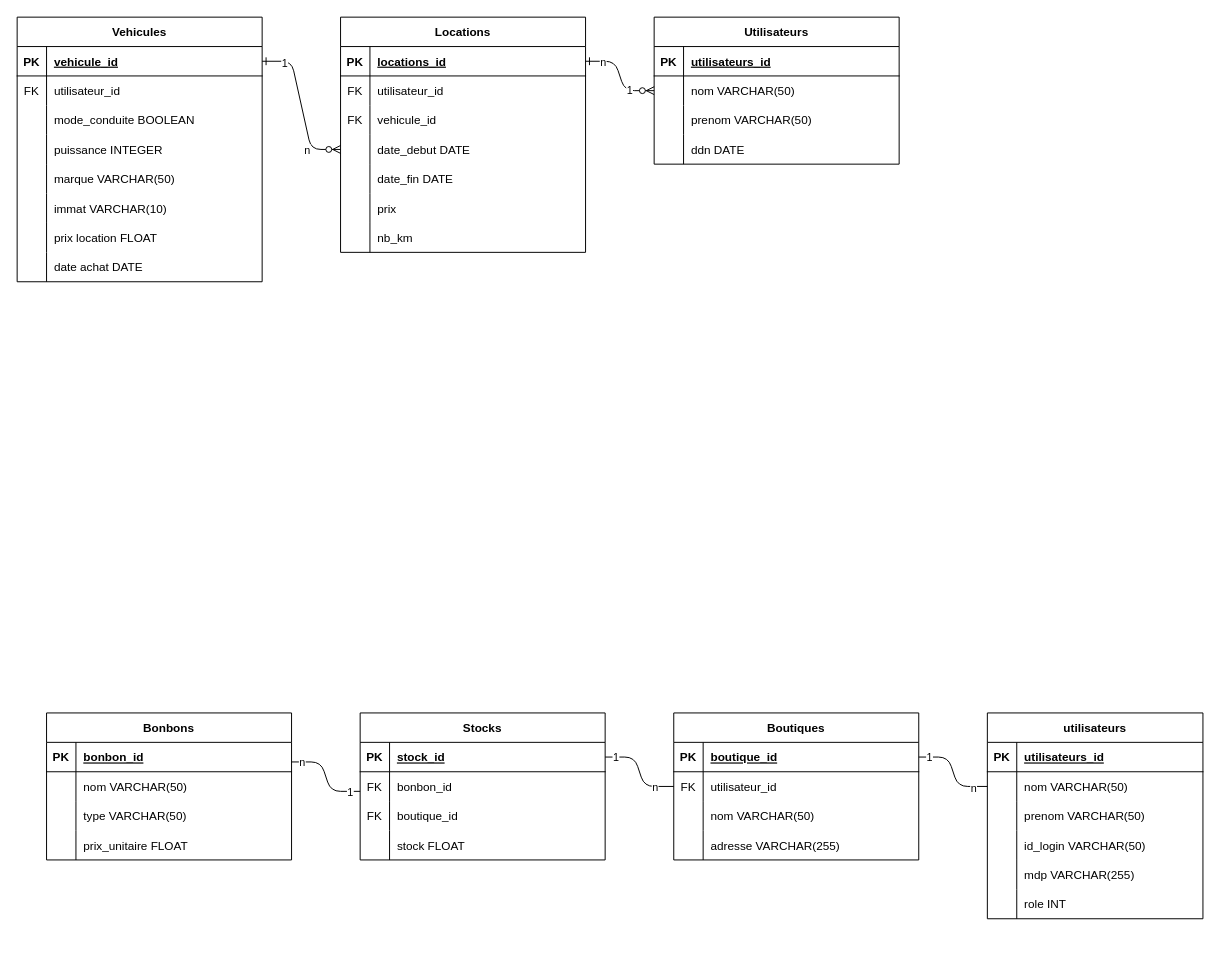
PingouinTrash/SAE-203-GitHub keeps this draw.io diagram as Diagramme sans nom.drawio. Above is the earlier version. Source tidied: cells renumbered, new cells numbered last; positions are measured from the earlier drawing's top-left corner, leaving out a move shared by most shapes. Both pictures are drawn from the tidied source at 98%, with x=0, y=0 at pixel (17, 17).
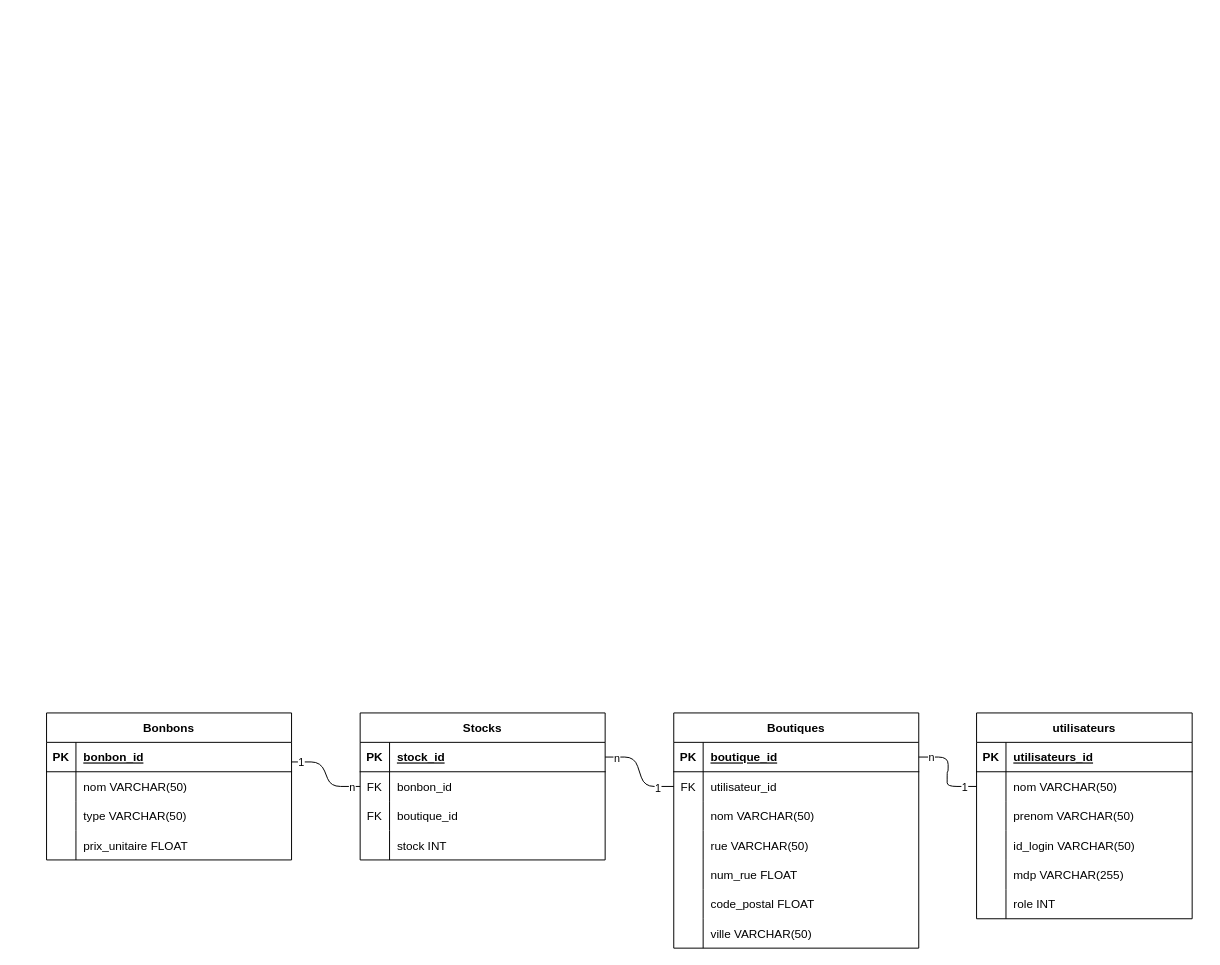
Above is the later version.

Commit message:
Mettre à jour Diagramme sans nom.drawio

Unchanged cells that the change refers to:
```xml
<mxCell id="68" style="edgeStyle=entityRelationEdgeStyle;endArrow=none;startArrow=none;endFill=0;startFill=0;entryX=0;entryY=0.5;entryDx=0;entryDy=0;exitX=1;exitY=0.5;exitDx=0;exitDy=0;" parent="1" edge="1" source="94" target="78">
  <mxGeometry relative="1" as="geometry" />
</mxCell>
<mxCell id="103" style="shape=partialRectangle;fillColor=none;top=0;left=0;right=0;bottom=0;" parent="93" vertex="1">
  <mxGeometry y="120" width="250" height="30" as="geometry" />
</mxCell>
<mxCell id="123" style="shape=partialRectangle;fillColor=none;points=[[0,0.5],[1,0.5]];portConstraint=eastwest;top=0;left=0;right=0;bottom=0;" parent="119" vertex="1">
  <mxGeometry y="60" width="250" height="30" as="geometry" />
</mxCell>
<mxCell id="129" style="shape=partialRectangle;fillColor=none;top=0;left=0;right=0;bottom=0;" parent="119" vertex="1">
  <mxGeometry y="120" width="250" height="30" as="geometry" />
</mxCell>
<mxCell id="132" style="edgeStyle=entityRelationEdgeStyle;endArrow=none;startArrow=none;endFill=0;startFill=0;entryX=0;entryY=0.5;entryDx=0;entryDy=0;exitX=1;exitY=0.5;exitDx=0;exitDy=0;" parent="1" edge="1" source="120" target="97">
  <mxGeometry relative="1" as="geometry">
    <Array as="points">
      <mxPoint x="330" y="980" />
      <mxPoint x="360" y="850" />
    </Array>
  </mxGeometry>
</mxCell>
```

What changed in the source:
```diff
@@
-    <mxCell id="2" style="edgeStyle=entityRelationEdgeStyle;endArrow=ERzeroToMany;startArrow=ERone;endFill=1;startFill=0;exitX=1;exitY=0.5;exitDx=0;exitDy=0;entryX=0;entryY=0.5;entryDx=0;entryDy=0;" parent="1" edge="1" source="22" target="12">
-      <mxGeometry relative="1" as="geometry" />
-    </mxCell>
-    <mxCell id="3" value="n" style="edgeLabel;html=1;align=center;verticalAlign=middle;" parent="2" vertex="1">
-      <mxGeometry x="-0.82" relative="1" as="geometry">
-        <mxPoint x="9" as="offset" />
-      </mxGeometry>
-    </mxCell>
-    <mxCell id="4" value="1" style="edgeLabel;html=1;align=center;verticalAlign=middle;" parent="2" vertex="1">
-      <mxGeometry x="0.69" y="1" relative="1" as="geometry">
-        <mxPoint x="-11" as="offset" />
-      </mxGeometry>
-    </mxCell>
-    <mxCell id="5" style="edgeStyle=entityRelationEdgeStyle;endArrow=ERzeroToMany;startArrow=ERone;endFill=1;startFill=0;exitX=1;exitY=0.5;exitDx=0;exitDy=0;" parent="1" edge="1" source="44" target="31">
-      <mxGeometry relative="1" as="geometry" />
-    </mxCell>
-    <mxCell id="6" value="n" style="edgeLabel;html=1;align=center;verticalAlign=middle;" parent="5" vertex="1">
-      <mxGeometry x="0.65" relative="1" as="geometry">
-        <mxPoint x="-8" as="offset" />
-      </mxGeometry>
-    </mxCell>
-    <mxCell id="7" value="1" style="edgeLabel;html=1;align=center;verticalAlign=middle;" parent="5" vertex="1">
-      <mxGeometry x="-0.84" y="-1" relative="1" as="geometry">
-        <mxPoint x="10" as="offset" />
-      </mxGeometry>
-    </mxCell>
-    <mxCell id="8" value="Utilisateurs" style="shape=table;startSize=30;childLayout=tableLayout;rowLines=0;fontStyle=1;align=center;" parent="1" vertex="1">
-      <mxGeometry x="650" width="250" height="150" as="geometry" />
-    </mxCell>
-    <mxCell id="9" style="shape=partialRectangle;fillColor=none;top=0;left=0;right=0;bottom=1;" parent="8" vertex="1">
-      <mxGeometry y="30" width="250" height="30" as="geometry" />
-    </mxCell>
-    <mxCell id="10" value="PK" style="shape=partialRectangle;overflow=hidden;fillColor=none;top=0;left=0;bottom=0;right=0;fontStyle=1;" parent="9" vertex="1">
-      <mxGeometry width="30" height="30" as="geometry" />
-    </mxCell>
-    <mxCell id="11" value="utilisateurs_id" style="shape=partialRectangle;overflow=hidden;fillColor=none;top=0;left=0;bottom=0;right=0;align=left;spacingLeft=6;fontStyle=5;" parent="9" vertex="1">
-      <mxGeometry x="30" width="220" height="30" as="geometry" />
-    </mxCell>
-    <mxCell id="12" style="shape=partialRectangle;fillColor=none;points=[[0,0.5],[1,0.5]];portConstraint=eastwest;top=0;left=0;right=0;bottom=0;" parent="8" vertex="1">
-      <mxGeometry y="60" width="250" height="30" as="geometry" />
-    </mxCell>
-    <mxCell id="13" style="shape=partialRectangle;overflow=hidden;fillColor=none;top=0;left=0;bottom=0;right=0;" parent="12" vertex="1">
-      <mxGeometry width="30" height="30" as="geometry" />
-    </mxCell>
-    <mxCell id="14" value="nom VARCHAR(50)" style="shape=partialRectangle;overflow=hidden;fillColor=none;top=0;left=0;bottom=0;right=0;align=left;spacingLeft=6;" parent="12" vertex="1">
-      <mxGeometry x="30" width="220" height="30" as="geometry" />
-    </mxCell>
-    <mxCell id="15" style="shape=partialRectangle;fillColor=none;top=0;left=0;right=0;bottom=0;" parent="8" vertex="1">
-      <mxGeometry y="90" width="250" height="30" as="geometry" />
-    </mxCell>
-    <mxCell id="16" style="shape=partialRectangle;overflow=hidden;fillColor=none;top=0;left=0;bottom=0;right=0;" parent="15" vertex="1">
-      <mxGeometry width="30" height="30" as="geometry" />
-    </mxCell>
-    <mxCell id="17" value="prenom VARCHAR(50)" style="shape=partialRectangle;overflow=hidden;fillColor=none;top=0;left=0;bottom=0;right=0;align=left;spacingLeft=6;" parent="15" vertex="1">
-      <mxGeometry x="30" width="220" height="30" as="geometry" />
-    </mxCell>
-    <mxCell id="18" style="shape=partialRectangle;fillColor=none;top=0;left=0;right=0;bottom=0;" parent="8" vertex="1">
-      <mxGeometry y="120" width="250" height="30" as="geometry" />
-    </mxCell>
-    <mxCell id="19" style="shape=partialRectangle;overflow=hidden;fillColor=none;top=0;left=0;bottom=0;right=0;" parent="18" vertex="1">
-      <mxGeometry width="30" height="30" as="geometry" />
-    </mxCell>
-    <mxCell id="20" value="ddn DATE" style="shape=partialRectangle;overflow=hidden;fillColor=none;top=0;left=0;bottom=0;right=0;align=left;spacingLeft=6;" parent="18" vertex="1">
-      <mxGeometry x="30" width="220" height="30" as="geometry" />
-    </mxCell>
-    <mxCell id="21" value="Locations" style="shape=table;startSize=30;childLayout=tableLayout;rowLines=0;fontStyle=1;align=center;" parent="1" vertex="1">
-      <mxGeometry x="330" width="250" height="240" as="geometry" />
-    </mxCell>
-    <mxCell id="22" style="shape=partialRectangle;fillColor=none;points=[[0,0.5],[1,0.5]];portConstraint=eastwest;top=0;left=0;right=0;bottom=1;" parent="21" vertex="1">
-      <mxGeometry y="30" width="250" height="30" as="geometry" />
-    </mxCell>
-    <mxCell id="23" value="PK" style="shape=partialRectangle;overflow=hidden;fillColor=none;top=0;left=0;bottom=0;right=0;fontStyle=1;" parent="22" vertex="1">
-      <mxGeometry width="30" height="30" as="geometry" />
-    </mxCell>
-    <mxCell id="24" value="locations_id" style="shape=partialRectangle;overflow=hidden;fillColor=none;top=0;left=0;bottom=0;right=0;align=left;spacingLeft=6;fontStyle=5;" parent="22" vertex="1">
-      <mxGeometry x="30" width="220" height="30" as="geometry" />
-    </mxCell>
-    <mxCell id="25" style="shape=partialRectangle;fillColor=none;top=0;left=0;right=0;bottom=0;" parent="21" vertex="1">
-      <mxGeometry y="60" width="250" height="30" as="geometry" />
-    </mxCell>
-    <mxCell id="26" value="FK" style="shape=partialRectangle;overflow=hidden;fillColor=none;top=0;left=0;bottom=0;right=0;" parent="25" vertex="1">
-      <mxGeometry width="30" height="30" as="geometry" />
-    </mxCell>
-    <mxCell id="27" value="utilisateur_id" style="shape=partialRectangle;overflow=hidden;fillColor=none;top=0;left=0;bottom=0;right=0;align=left;spacingLeft=6;" parent="25" vertex="1">
-      <mxGeometry x="30" width="220" height="30" as="geometry" />
-    </mxCell>
-    <mxCell id="28" style="shape=partialRectangle;fillColor=none;top=0;left=0;right=0;bottom=0;" parent="21" vertex="1">
-      <mxGeometry y="90" width="250" height="30" as="geometry" />
-    </mxCell>
-    <mxCell id="29" value="FK" style="shape=partialRectangle;overflow=hidden;fillColor=none;top=0;left=0;bottom=0;right=0;" parent="28" vertex="1">
-      <mxGeometry width="30" height="30" as="geometry" />
-    </mxCell>
-    <mxCell id="30" value="vehicule_id" style="shape=partialRectangle;overflow=hidden;fillColor=none;top=0;left=0;bottom=0;right=0;align=left;spacingLeft=6;" parent="28" vertex="1">
-      <mxGeometry x="30" width="220" height="30" as="geometry" />
-    </mxCell>
-    <mxCell id="31" style="shape=partialRectangle;fillColor=none;points=[[0,0.5],[1,0.5]];portConstraint=eastwest;top=0;left=0;right=0;bottom=0;" parent="21" vertex="1">
-      <mxGeometry y="120" width="250" height="30" as="geometry" />
-    </mxCell>
-    <mxCell id="32" style="shape=partialRectangle;overflow=hidden;fillColor=none;top=0;left=0;bottom=0;right=0;" parent="31" vertex="1">
-      <mxGeometry width="30" height="30" as="geometry" />
-    </mxCell>
-    <mxCell id="33" value="date_debut DATE" style="shape=partialRectangle;overflow=hidden;fillColor=none;top=0;left=0;bottom=0;right=0;align=left;spacingLeft=6;" parent="31" vertex="1">
-      <mxGeometry x="30" width="220" height="30" as="geometry" />
-    </mxCell>
-    <mxCell id="34" style="shape=partialRectangle;fillColor=none;top=0;left=0;right=0;bottom=0;" parent="21" vertex="1">
-      <mxGeometry y="150" width="250" height="30" as="geometry" />
-    </mxCell>
-    <mxCell id="35" style="shape=partialRectangle;overflow=hidden;fillColor=none;top=0;left=0;bottom=0;right=0;" parent="34" vertex="1">
-      <mxGeometry width="30" height="30" as="geometry" />
-    </mxCell>
-    <mxCell id="36" value="date_fin DATE" style="shape=partialRectangle;overflow=hidden;fillColor=none;top=0;left=0;bottom=0;right=0;align=left;spacingLeft=6;" parent="34" vertex="1">
-      <mxGeometry x="30" width="220" height="30" as="geometry" />
-    </mxCell>
-    <mxCell id="37" style="shape=partialRectangle;fillColor=none;top=0;left=0;right=0;bottom=0;" parent="21" vertex="1">
-      <mxGeometry y="180" width="250" height="30" as="geometry" />
-    </mxCell>
-    <mxCell id="38" style="shape=partialRectangle;overflow=hidden;fillColor=none;top=0;left=0;bottom=0;right=0;" parent="37" vertex="1">
-      <mxGeometry width="30" height="30" as="geometry" />
-    </mxCell>
-    <mxCell id="39" value="prix" style="shape=partialRectangle;overflow=hidden;fillColor=none;top=0;left=0;bottom=0;right=0;align=left;spacingLeft=6;" parent="37" vertex="1">
-      <mxGeometry x="30" width="220" height="30" as="geometry" />
-    </mxCell>
-    <mxCell id="40" style="shape=partialRectangle;fillColor=none;top=0;left=0;right=0;bottom=0;" parent="21" vertex="1">
-      <mxGeometry y="210" width="250" height="30" as="geometry" />
-    </mxCell>
-    <mxCell id="41" style="shape=partialRectangle;overflow=hidden;fillColor=none;top=0;left=0;bottom=0;right=0;" parent="40" vertex="1">
-      <mxGeometry width="30" height="30" as="geometry" />
-    </mxCell>
-    <mxCell id="42" value="nb_km" style="shape=partialRectangle;overflow=hidden;fillColor=none;top=0;left=0;bottom=0;right=0;align=left;spacingLeft=6;" parent="40" vertex="1">
-      <mxGeometry x="30" width="220" height="30" as="geometry" />
-    </mxCell>
-    <mxCell id="43" value="Vehicules" style="shape=table;startSize=30;childLayout=tableLayout;rowLines=0;fontStyle=1;align=center;" parent="1" vertex="1">
-      <mxGeometry width="250" height="270" as="geometry" />
-    </mxCell>
-    <mxCell id="44" style="shape=partialRectangle;fillColor=none;points=[[0,0.5],[1,0.5]];portConstraint=eastwest;top=0;left=0;right=0;bottom=1;" parent="43" vertex="1">
-      <mxGeometry y="30" width="250" height="30" as="geometry" />
-    </mxCell>
-    <mxCell id="45" value="PK" style="shape=partialRectangle;overflow=hidden;fillColor=none;top=0;left=0;bottom=0;right=0;fontStyle=1;" parent="44" vertex="1">
-      <mxGeometry width="30" height="30" as="geometry" />
-    </mxCell>
-    <mxCell id="46" value="vehicule_id" style="shape=partialRectangle;overflow=hidden;fillColor=none;top=0;left=0;bottom=0;right=0;align=left;spacingLeft=6;fontStyle=5;" parent="44" vertex="1">
-      <mxGeometry x="30" width="220" height="30" as="geometry" />
-    </mxCell>
-    <mxCell id="47" style="shape=partialRectangle;fillColor=none;top=0;left=0;right=0;bottom=0;" parent="43" vertex="1">
-      <mxGeometry y="60" width="250" height="30" as="geometry" />
-    </mxCell>
-    <mxCell id="48" value="FK" style="shape=partialRectangle;overflow=hidden;fillColor=none;top=0;left=0;bottom=0;right=0;" parent="47" vertex="1">
-      <mxGeometry width="30" height="30" as="geometry" />
-    </mxCell>
-    <mxCell id="49" value="utilisateur_id" style="shape=partialRectangle;overflow=hidden;fillColor=none;top=0;left=0;bottom=0;right=0;align=left;spacingLeft=6;" parent="47" vertex="1">
-      <mxGeometry x="30" width="220" height="30" as="geometry" />
-    </mxCell>
-    <mxCell id="50" style="shape=partialRectangle;fillColor=none;top=0;left=0;right=0;bottom=0;" parent="43" vertex="1">
-      <mxGeometry y="90" width="250" height="30" as="geometry" />
-    </mxCell>
-    <mxCell id="51" style="shape=partialRectangle;overflow=hidden;fillColor=none;top=0;left=0;bottom=0;right=0;" parent="50" vertex="1">
-      <mxGeometry width="30" height="30" as="geometry" />
-    </mxCell>
-    <mxCell id="52" value="mode_conduite BOOLEAN" style="shape=partialRectangle;overflow=hidden;fillColor=none;top=0;left=0;bottom=0;right=0;align=left;spacingLeft=6;" parent="50" vertex="1">
-      <mxGeometry x="30" width="220" height="30" as="geometry" />
-    </mxCell>
-    <mxCell id="53" style="shape=partialRectangle;fillColor=none;top=0;left=0;right=0;bottom=0;" parent="43" vertex="1">
-      <mxGeometry y="120" width="250" height="30" as="geometry" />
-    </mxCell>
-    <mxCell id="54" style="shape=partialRectangle;overflow=hidden;fillColor=none;top=0;left=0;bottom=0;right=0;" parent="53" vertex="1">
-      <mxGeometry width="30" height="30" as="geometry" />
-    </mxCell>
-    <mxCell id="55" value="puissance INTEGER" style="shape=partialRectangle;overflow=hidden;fillColor=none;top=0;left=0;bottom=0;right=0;align=left;spacingLeft=6;" parent="53" vertex="1">
-      <mxGeometry x="30" width="220" height="30" as="geometry" />
-    </mxCell>
-    <mxCell id="56" style="shape=partialRectangle;fillColor=none;top=0;left=0;right=0;bottom=0;" parent="43" vertex="1">
-      <mxGeometry y="150" width="250" height="30" as="geometry" />
-    </mxCell>
-    <mxCell id="57" style="shape=partialRectangle;overflow=hidden;fillColor=none;top=0;left=0;bottom=0;right=0;" parent="56" vertex="1">
-      <mxGeometry width="30" height="30" as="geometry" />
-    </mxCell>
-    <mxCell id="58" value="marque VARCHAR(50)" style="shape=partialRectangle;overflow=hidden;fillColor=none;top=0;left=0;bottom=0;right=0;align=left;spacingLeft=6;" parent="56" vertex="1">
-      <mxGeometry x="30" width="220" height="30" as="geometry" />
-    </mxCell>
-    <mxCell id="59" style="shape=partialRectangle;fillColor=none;top=0;left=0;right=0;bottom=0;" parent="43" vertex="1">
-      <mxGeometry y="180" width="250" height="30" as="geometry" />
-    </mxCell>
-    <mxCell id="60" style="shape=partialRectangle;overflow=hidden;fillColor=none;top=0;left=0;bottom=0;right=0;" parent="59" vertex="1">
-      <mxGeometry width="30" height="30" as="geometry" />
-    </mxCell>
-    <mxCell id="61" value="immat VARCHAR(10)" style="shape=partialRectangle;overflow=hidden;fillColor=none;top=0;left=0;bottom=0;right=0;align=left;spacingLeft=6;" parent="59" vertex="1">
-      <mxGeometry x="30" width="220" height="30" as="geometry" />
-    </mxCell>
-    <mxCell id="62" style="shape=partialRectangle;fillColor=none;top=0;left=0;right=0;bottom=0;" parent="43" vertex="1">
-      <mxGeometry y="210" width="250" height="30" as="geometry" />
-    </mxCell>
-    <mxCell id="63" style="shape=partialRectangle;overflow=hidden;fillColor=none;top=0;left=0;bottom=0;right=0;" parent="62" vertex="1">
-      <mxGeometry width="30" height="30" as="geometry" />
-    </mxCell>
-    <mxCell id="64" value="prix location FLOAT" style="shape=partialRectangle;overflow=hidden;fillColor=none;top=0;left=0;bottom=0;right=0;align=left;spacingLeft=6;" parent="62" vertex="1">
-      <mxGeometry x="30" width="220" height="30" as="geometry" />
-    </mxCell>
-    <mxCell id="65" style="shape=partialRectangle;fillColor=none;top=0;left=0;right=0;bottom=0;" parent="43" vertex="1">
-      <mxGeometry y="240" width="250" height="30" as="geometry" />
-    </mxCell>
-    <mxCell id="66" style="shape=partialRectangle;overflow=hidden;fillColor=none;top=0;left=0;bottom=0;right=0;" parent="65" vertex="1">
-      <mxGeometry width="30" height="30" as="geometry" />
-    </mxCell>
-    <mxCell id="67" value="date achat DATE" style="shape=partialRectangle;overflow=hidden;fillColor=none;top=0;left=0;bottom=0;right=0;align=left;spacingLeft=6;" parent="65" vertex="1">
-      <mxGeometry x="30" width="220" height="30" as="geometry" />
-    </mxCell>
@@
-    <mxCell id="69" value="1" style="edgeLabel;html=1;align=center;verticalAlign=middle;" parent="68" vertex="1">
-      <mxGeometry x="-0.78" relative="1" as="geometry" />
-    </mxCell>
-    <mxCell id="70" value="n" style="edgeLabel;html=1;align=center;verticalAlign=middle;" parent="68" vertex="1">
-      <mxGeometry x="0.68" y="-1" relative="1" as="geometry" />
-    </mxCell>
+    <mxCell id="135" value="n" style="edgeLabel;html=1;align=center;verticalAlign=middle;" parent="68" vertex="1">
+      <mxGeometry x="-0.73" relative="1" as="geometry" />
+    </mxCell>
+    <mxCell id="136" value="1" style="edgeLabel;html=1;align=center;verticalAlign=middle;" parent="68" vertex="1">
+      <mxGeometry x="0.71" relative="1" as="geometry" />
+    </mxCell>
-    <mxCell id="71" style="edgeStyle=entityRelationEdgeStyle;endArrow=none;startArrow=none;endFill=0;startFill=0;exitX=1;exitY=0.5;exitDx=0;exitDy=0;entryX=0;entryY=0.5;entryDx=0;entryDy=0;" parent="1" edge="1">
+    <mxCell id="71" style="edgeStyle=entityRelationEdgeStyle;endArrow=none;startArrow=none;endFill=0;startFill=0;exitX=1;exitY=0.5;exitDx=0;exitDy=0;entryX=0;entryY=0.5;entryDx=0;entryDy=0;" parent="1" edge="1" target="123">
       <mxGeometry relative="1" as="geometry">
         <mxPoint x="280" y="760" as="sourcePoint" />
-        <mxPoint x="350" y="790" as="targetPoint" />
       </mxGeometry>
     </mxCell>
     <mxCell id="72" value="n" style="edgeLabel;html=1;align=center;verticalAlign=middle;" parent="71" vertex="1">
       <mxGeometry x="0.65" relative="1" as="geometry">
-        <mxPoint x="-44" y="-30" as="offset" />
+        <mxPoint x="6" as="offset" />
       </mxGeometry>
     </mxCell>
     <mxCell id="73" value="1" style="edgeLabel;html=1;align=center;verticalAlign=middle;" parent="71" vertex="1">
       <mxGeometry x="-0.84" y="-1" relative="1" as="geometry">
-        <mxPoint x="52" y="29" as="offset" />
+        <mxPoint x="2" y="-1" as="offset" />
       </mxGeometry>
     </mxCell>
     <mxCell id="74" value="utilisateurs" style="shape=table;startSize=30;childLayout=tableLayout;rowLines=0;fontStyle=1;align=center;" parent="1" vertex="1">
-      <mxGeometry x="990" y="710" width="220" height="210" as="geometry" />
+      <mxGeometry x="979" y="710" width="220" height="210" as="geometry" />
     </mxCell>
@@
     <mxCell id="93" value="Boutiques" style="shape=table;startSize=30;childLayout=tableLayout;rowLines=0;fontStyle=1;align=center;" parent="1" vertex="1">
-      <mxGeometry x="670" y="710" width="250" height="150" as="geometry" />
+      <mxGeometry x="670" y="710" width="250" height="240" as="geometry" />
     </mxCell>
@@
-    <mxCell id="105" value="adresse VARCHAR(255)" style="shape=partialRectangle;overflow=hidden;fillColor=none;top=0;left=0;bottom=0;right=0;align=left;spacingLeft=6;" parent="103" vertex="1">
+    <mxCell id="105" value="rue VARCHAR(50)" style="shape=partialRectangle;overflow=hidden;fillColor=none;top=0;left=0;bottom=0;right=0;align=left;spacingLeft=6;" parent="103" vertex="1">
       <mxGeometry x="30" width="220" height="30" as="geometry" />
     </mxCell>
+    <mxCell id="137" style="shape=partialRectangle;fillColor=none;top=0;left=0;right=0;bottom=0;" parent="93" vertex="1">
+      <mxGeometry y="150" width="250" height="30" as="geometry" />
+    </mxCell>
+    <mxCell id="138" style="shape=partialRectangle;overflow=hidden;fillColor=none;top=0;left=0;bottom=0;right=0;" parent="137" vertex="1">
+      <mxGeometry width="30" height="30" as="geometry" />
+    </mxCell>
+    <mxCell id="139" value="num_rue FLOAT" style="shape=partialRectangle;overflow=hidden;fillColor=none;top=0;left=0;bottom=0;right=0;align=left;spacingLeft=6;" parent="137" vertex="1">
+      <mxGeometry x="30" width="220" height="30" as="geometry" />
+    </mxCell>
+    <mxCell id="140" style="shape=partialRectangle;fillColor=none;top=0;left=0;right=0;bottom=0;" parent="93" vertex="1">
+      <mxGeometry y="180" width="250" height="30" as="geometry" />
+    </mxCell>
+    <mxCell id="141" style="shape=partialRectangle;overflow=hidden;fillColor=none;top=0;left=0;bottom=0;right=0;" parent="140" vertex="1">
+      <mxGeometry width="30" height="30" as="geometry" />
+    </mxCell>
+    <mxCell id="142" value="code_postal FLOAT" style="shape=partialRectangle;overflow=hidden;fillColor=none;top=0;left=0;bottom=0;right=0;align=left;spacingLeft=6;" parent="140" vertex="1">
+      <mxGeometry x="30" width="220" height="30" as="geometry" />
+    </mxCell>
+    <mxCell id="143" style="shape=partialRectangle;fillColor=none;top=0;left=0;right=0;bottom=0;" parent="93" vertex="1">
+      <mxGeometry y="210" width="250" height="30" as="geometry" />
+    </mxCell>
+    <mxCell id="144" style="shape=partialRectangle;overflow=hidden;fillColor=none;top=0;left=0;bottom=0;right=0;" parent="143" vertex="1">
+      <mxGeometry width="30" height="30" as="geometry" />
+    </mxCell>
+    <mxCell id="145" value="ville VARCHAR(50)" style="shape=partialRectangle;overflow=hidden;fillColor=none;top=0;left=0;bottom=0;right=0;align=left;spacingLeft=6;" parent="143" vertex="1">
+      <mxGeometry x="30" width="220" height="30" as="geometry" />
+    </mxCell>
@@
-    <mxCell id="131" value="stock FLOAT" style="shape=partialRectangle;overflow=hidden;fillColor=none;top=0;left=0;bottom=0;right=0;align=left;spacingLeft=6;" parent="129" vertex="1">
+    <mxCell id="131" value="stock INT" style="shape=partialRectangle;overflow=hidden;fillColor=none;top=0;left=0;bottom=0;right=0;align=left;spacingLeft=6;" parent="129" vertex="1">
       <mxGeometry x="30" width="220" height="30" as="geometry" />
     </mxCell>
@@
-    <mxCell id="133" value="n" style="edgeLabel;html=1;align=center;verticalAlign=middle;" parent="132" vertex="1">
-      <mxGeometry x="0.58" relative="1" as="geometry" />
-    </mxCell>
-    <mxCell id="134" value="1" style="edgeLabel;html=1;align=center;verticalAlign=middle;" parent="132" vertex="1">
-      <mxGeometry x="-0.79" relative="1" as="geometry" />
-    </mxCell>
+    <mxCell id="146" value="n" style="edgeLabel;html=1;align=center;verticalAlign=middle;" parent="132" vertex="1">
+      <mxGeometry x="-0.77" y="-1" relative="1" as="geometry" />
+    </mxCell>
+    <mxCell id="147" value="1" style="edgeLabel;html=1;align=center;verticalAlign=middle;" parent="132" vertex="1">
+      <mxGeometry x="0.64" y="-1" relative="1" as="geometry" />
+    </mxCell>
```
